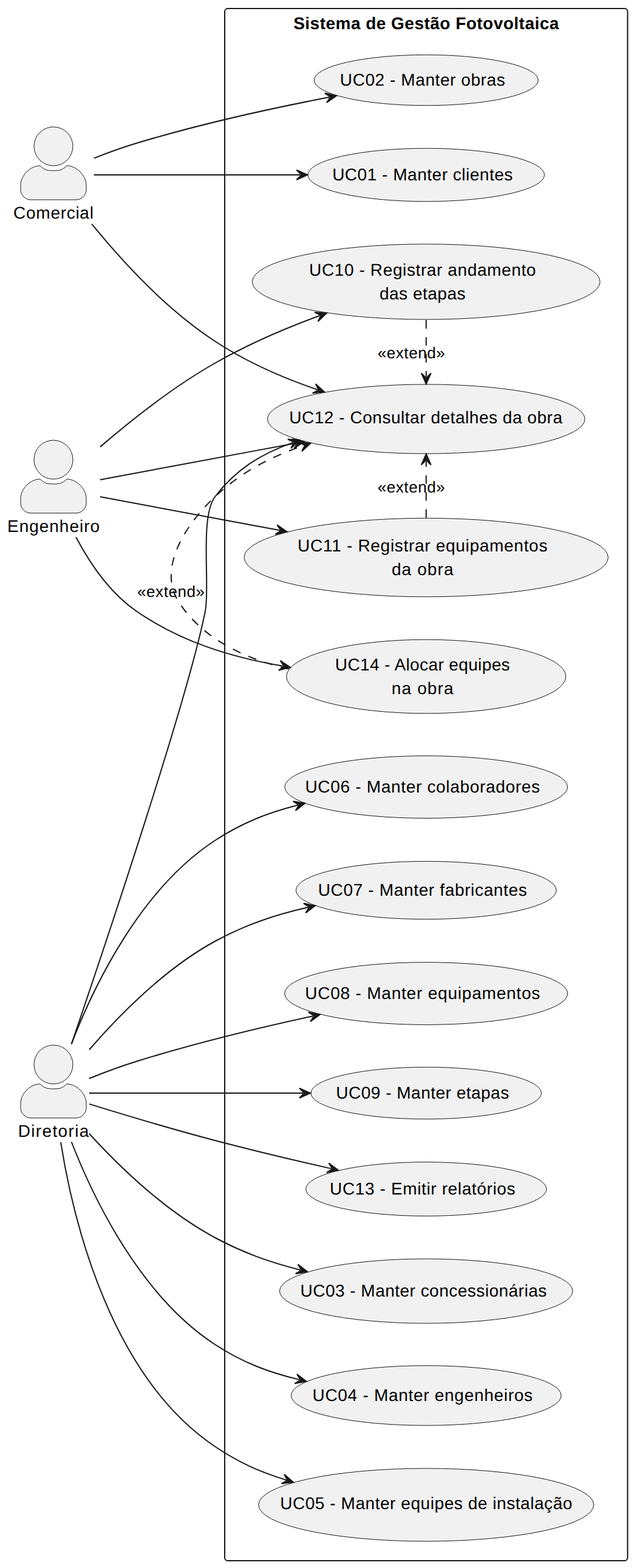
Earlier version of the PlantUML export documentacao/casos_de_uso.png (christianoeds/gestao_fotovoltaica). Its source is kept beside it as documentacao/casos_de_uso.puml.
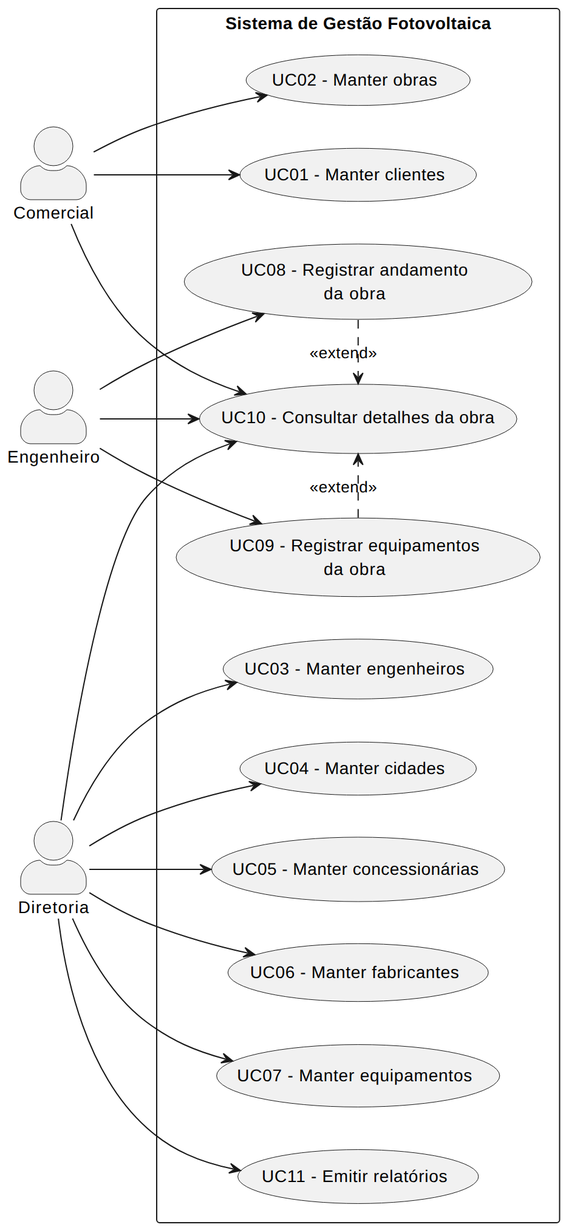
After the change.

Diff of the diagram source:
```diff
@@ -11,42 +11,35 @@
 rectangle "Sistema de Gestão Fotovoltaica" {
   usecase "UC01 - Manter clientes" as UC01
   usecase "UC02 - Manter obras" as UC02
-  usecase "UC12 - Consultar detalhes da obra" as UC12
-  usecase "UC10 - Registrar andamento\ndas etapas" as UC10
-  usecase "UC11 - Registrar equipamentos\nda obra" as UC11
-  usecase "UC14 - Alocar equipes\nna obra" as UC14
+  usecase "UC10 - Consultar detalhes da obra" as UC10
+  usecase "UC08 - Registrar andamento\nda obra" as UC08
+  usecase "UC09 - Registrar equipamentos\nda obra" as UC09
 
-  usecase "UC03 - Manter concessionárias" as UC03
-  usecase "UC04 - Manter engenheiros" as UC04
-  usecase "UC05 - Manter equipes de instalação" as UC05
-  usecase "UC06 - Manter colaboradores" as UC06
-  usecase "UC07 - Manter fabricantes" as UC07
-  usecase "UC08 - Manter equipamentos" as UC08
-  usecase "UC09 - Manter etapas" as UC09
-  usecase "UC13 - Emitir relatórios" as UC13
+  usecase "UC03 - Manter engenheiros" as UC03
+  usecase "UC04 - Manter cidades" as UC04
+  usecase "UC05 - Manter concessionárias" as UC05
+  usecase "UC06 - Manter fabricantes" as UC06
+  usecase "UC07 - Manter equipamentos" as UC07
+  usecase "UC11 - Emitir relatórios" as UC11
 }
 
 comercial --> UC01
 comercial --> UC02
-comercial --> UC12
+comercial --> UC10
 
-engenheiro --> UC12
 engenheiro --> UC10
-engenheiro --> UC11
-engenheiro --> UC14
+engenheiro --> UC08
+engenheiro --> UC09
 
-diretoria --> UC12
+diretoria --> UC10
 diretoria --> UC03
 diretoria --> UC04
 diretoria --> UC05
 diretoria --> UC06
 diretoria --> UC07
-diretoria --> UC08
-diretoria --> UC09
-diretoria --> UC13
+diretoria --> UC11
 
-UC10 .> UC12 : <<extend>>
-UC11 .> UC12 : <<extend>>
-UC14 .> UC12 : <<extend>>
+UC08 .> UC10 : <<extend>>
+UC09 .> UC10 : <<extend>>
 
 @enduml
```
